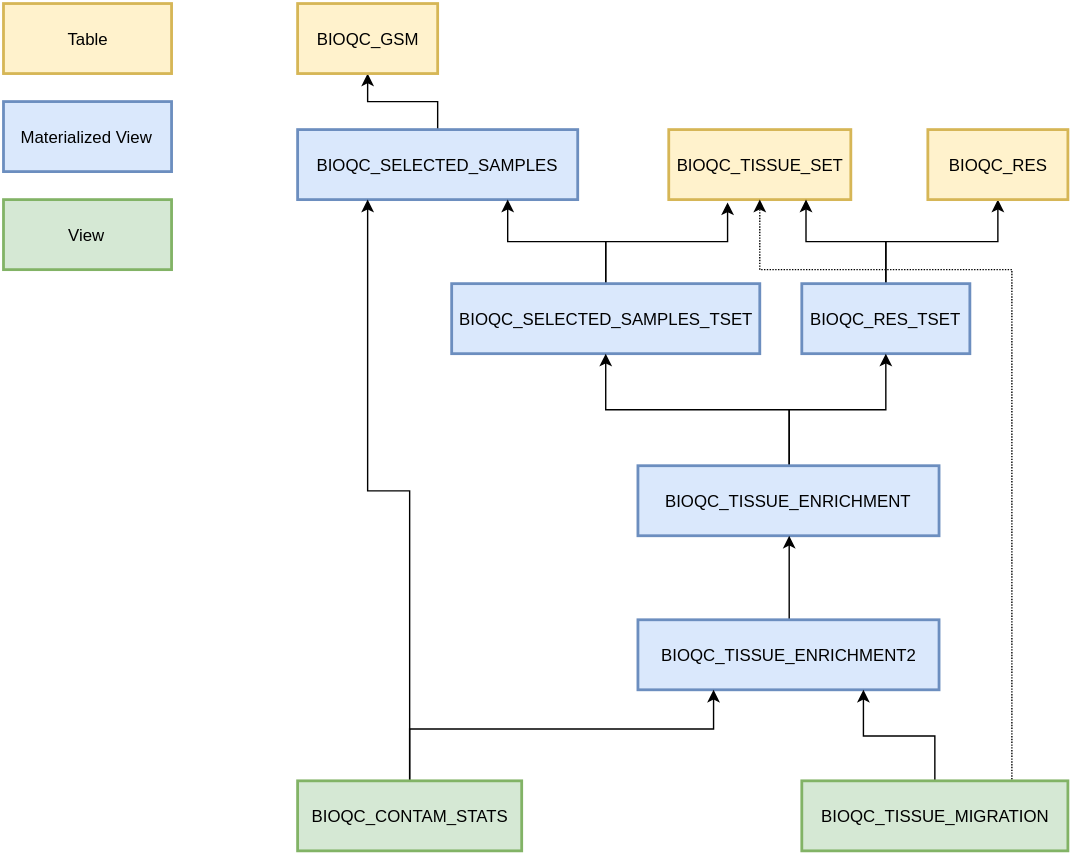
Above: db/design/contamination-views.svg in grst/BioQC_GEO_analysis (draw.io), before the change. Source tidied: cells renumbered, new cells last; positions are measured from the earlier drawing's top-left corner, leaving out a move shared by most shapes.
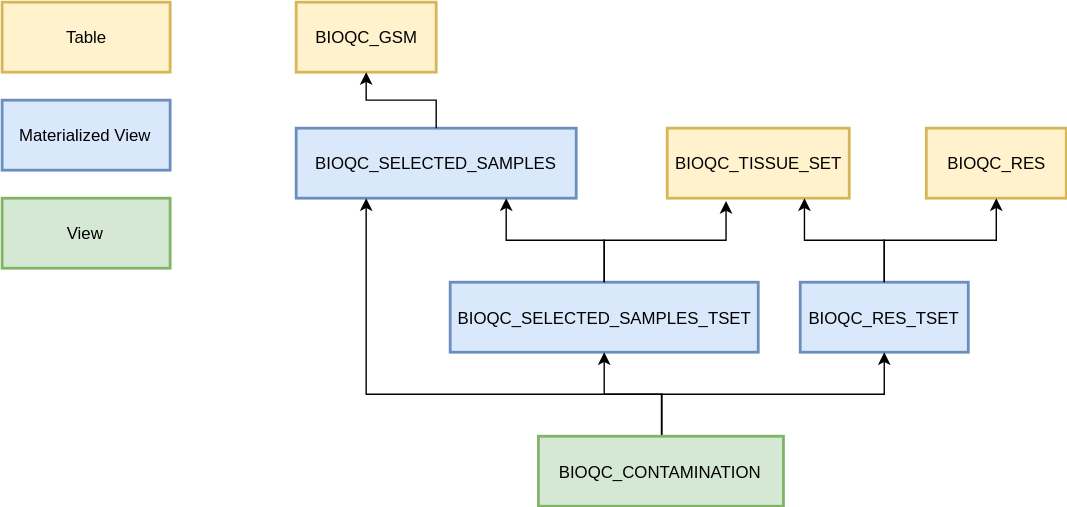
Later version of the same file.

Diff of the diagram source:
```diff
@@ -11,86 +11,63 @@
     <mxCell id="4" value="View" style="strokeWidth=2;whiteSpace=wrap;html=1;align=center;strokeColor=#82b366;fillColor=#d5e8d4;" parent="1" vertex="1">
       <mxGeometry y="140" width="120" height="50" as="geometry" />
     </mxCell>
-    <mxCell id="5" style="edgeStyle=orthogonalEdgeStyle;rounded=0;html=1;exitX=0.5;exitY=0;jettySize=auto;" parent="1" edge="1" source="6" target="7">
-      <mxGeometry relative="1" as="geometry" />
-    </mxCell>
     <mxCell id="6" value="BIOQC_SELECTED_SAMPLES" style="strokeWidth=2;whiteSpace=wrap;html=1;align=center;strokeColor=#6c8ebf;fillColor=#dae8fc;" parent="1" vertex="1">
       <mxGeometry x="210" y="90" width="200" height="50" as="geometry" />
     </mxCell>
     <mxCell id="7" value="BIOQC_GSM" style="strokeWidth=2;whiteSpace=wrap;html=1;align=center;strokeColor=#d6b656;fillColor=#fff2cc;" parent="1" vertex="1">
       <mxGeometry x="210" width="100" height="50" as="geometry" />
     </mxCell>
-    <mxCell id="8" style="edgeStyle=orthogonalEdgeStyle;rounded=0;html=1;exitX=0.5;exitY=0;jettySize=auto;entryX=0.323;entryY=1.04;entryPerimeter=0;" parent="1" edge="1" source="10" target="11">
-      <mxGeometry relative="1" as="geometry">
-        <Array as="points">
-          <mxPoint x="430" y="170" />
-          <mxPoint x="517" y="170" />
-        </Array>
-      </mxGeometry>
-    </mxCell>
-    <mxCell id="9" style="edgeStyle=orthogonalEdgeStyle;rounded=0;html=1;exitX=0.5;exitY=0;entryX=0.75;entryY=1;jettySize=auto;" parent="1" edge="1" source="10" target="6">
-      <mxGeometry relative="1" as="geometry" />
-    </mxCell>
+    <mxCell id="5" style="edgeStyle=orthogonalEdgeStyle;rounded=0;html=1;exitX=0.5;exitY=0;jettySize=auto;" parent="1" edge="1" source="6" target="7">
+      <mxGeometry relative="1" as="geometry" />
+    </mxCell>
     <mxCell id="10" value="BIOQC_SELECTED_SAMPLES_TSET" style="strokeWidth=2;whiteSpace=wrap;html=1;align=center;strokeColor=#6c8ebf;fillColor=#dae8fc;" parent="1" vertex="1">
       <mxGeometry x="320" y="200" width="220" height="50" as="geometry" />
     </mxCell>
     <mxCell id="11" value="BIOQC_TISSUE_SET" style="strokeWidth=2;whiteSpace=wrap;html=1;align=center;strokeColor=#d6b656;fillColor=#fff2cc;" parent="1" vertex="1">
       <mxGeometry x="475" y="90" width="130" height="50" as="geometry" />
     </mxCell>
+    <mxCell id="8" style="edgeStyle=orthogonalEdgeStyle;rounded=0;html=1;exitX=0.5;exitY=0;jettySize=auto;entryX=0.323;entryY=1.04;entryPerimeter=0;" parent="1" edge="1" source="10" target="11">
+      <mxGeometry relative="1" as="geometry">
+        <Array as="points">
+          <mxPoint x="430" y="170" />
+          <mxPoint x="517" y="170" />
+        </Array>
+      </mxGeometry>
+    </mxCell>
+    <mxCell id="14" value="BIOQC_RES_TSET" style="strokeWidth=2;whiteSpace=wrap;html=1;align=center;strokeColor=#6c8ebf;fillColor=#dae8fc;" parent="1" vertex="1">
+      <mxGeometry x="570" y="200" width="120" height="50" as="geometry" />
+    </mxCell>
+    <mxCell id="15" value="BIOQC_RES" style="strokeWidth=2;whiteSpace=wrap;html=1;align=center;strokeColor=#d6b656;fillColor=#fff2cc;" parent="1" vertex="1">
+      <mxGeometry x="660" y="90" width="100" height="50" as="geometry" />
+    </mxCell>
     <mxCell id="12" style="edgeStyle=orthogonalEdgeStyle;rounded=0;html=1;exitX=0.5;exitY=0;jettySize=auto;" parent="1" edge="1" source="14" target="15">
       <mxGeometry relative="1" as="geometry" />
     </mxCell>
     <mxCell id="13" style="edgeStyle=orthogonalEdgeStyle;rounded=0;html=1;exitX=0.5;exitY=0;entryX=0.75;entryY=1;jettySize=auto;" parent="1" edge="1" source="14" target="11">
       <mxGeometry relative="1" as="geometry" />
     </mxCell>
-    <mxCell id="14" value="BIOQC_RES_TSET" style="strokeWidth=2;whiteSpace=wrap;html=1;align=center;strokeColor=#6c8ebf;fillColor=#dae8fc;" parent="1" vertex="1">
-      <mxGeometry x="570" y="200" width="120" height="50" as="geometry" />
-    </mxCell>
-    <mxCell id="15" value="BIOQC_RES" style="strokeWidth=2;whiteSpace=wrap;html=1;align=center;strokeColor=#d6b656;fillColor=#fff2cc;" parent="1" vertex="1">
-      <mxGeometry x="660" y="90" width="100" height="50" as="geometry" />
-    </mxCell>
-    <mxCell id="16" style="edgeStyle=orthogonalEdgeStyle;rounded=0;html=1;exitX=0.5;exitY=0;entryX=0.5;entryY=1;jettySize=auto;" parent="1" edge="1" source="18" target="14">
-      <mxGeometry relative="1" as="geometry" />
-    </mxCell>
-    <mxCell id="17" style="edgeStyle=orthogonalEdgeStyle;rounded=0;html=1;exitX=0.5;exitY=0;entryX=0.5;entryY=1;jettySize=auto;" parent="1" edge="1" source="18" target="10">
-      <mxGeometry relative="1" as="geometry" />
-    </mxCell>
-    <mxCell id="18" value="BIOQC_TISSUE_ENRICHMENT" style="strokeWidth=2;whiteSpace=wrap;html=1;align=center;strokeColor=#6c8ebf;fillColor=#dae8fc;" parent="1" vertex="1">
-      <mxGeometry x="453" y="330" width="215" height="50" as="geometry" />
-    </mxCell>
-    <mxCell id="19" style="edgeStyle=orthogonalEdgeStyle;rounded=0;html=1;exitX=0.5;exitY=0;entryX=0.5;entryY=1;jettySize=auto;" parent="1" edge="1" source="20" target="18">
-      <mxGeometry relative="1" as="geometry" />
-    </mxCell>
-    <mxCell id="20" value="BIOQC_TISSUE_ENRICHMENT2" style="strokeWidth=2;whiteSpace=wrap;html=1;align=center;strokeColor=#6c8ebf;fillColor=#dae8fc;" parent="1" vertex="1">
-      <mxGeometry x="453" y="440" width="215" height="50" as="geometry" />
-    </mxCell>
-    <mxCell id="21" style="edgeStyle=orthogonalEdgeStyle;rounded=0;html=1;exitX=0.5;exitY=0;jettySize=auto;entryX=0.25;entryY=1;" parent="1" edge="1" source="23" target="20">
-      <mxGeometry relative="1" as="geometry">
-        <Array as="points">
-          <mxPoint x="290" y="518" />
-          <mxPoint x="507" y="518" />
-        </Array>
-      </mxGeometry>
-    </mxCell>
-    <mxCell id="22" style="edgeStyle=orthogonalEdgeStyle;rounded=0;html=1;exitX=0.5;exitY=0;entryX=0.25;entryY=1;jettySize=auto;" parent="1" edge="1" source="23" target="6">
-      <mxGeometry relative="1" as="geometry" />
-    </mxCell>
-    <mxCell id="23" value="BIOQC_CONTAM_STATS" style="strokeWidth=2;whiteSpace=wrap;html=1;align=center;strokeColor=#82b366;fillColor=#d5e8d4;" parent="1" vertex="1">
-      <mxGeometry x="210" y="555" width="160" height="50" as="geometry" />
-    </mxCell>
-    <mxCell id="24" style="edgeStyle=orthogonalEdgeStyle;rounded=0;html=1;exitX=0.5;exitY=0;entryX=0.75;entryY=1;jettySize=auto;" parent="1" edge="1" source="26" target="20">
-      <mxGeometry relative="1" as="geometry" />
-    </mxCell>
-    <mxCell id="25" style="edgeStyle=orthogonalEdgeStyle;rounded=0;html=1;exitX=0.75;exitY=0;entryX=0.5;entryY=1;jettySize=auto;dashed=1;dashPattern=1 1;" parent="1" edge="1" source="26" target="11">
-      <mxGeometry relative="1" as="geometry">
-        <Array as="points">
-          <mxPoint x="720" y="190" />
-          <mxPoint x="540" y="190" />
-        </Array>
-      </mxGeometry>
-    </mxCell>
-    <mxCell id="26" value="BIOQC_TISSUE_MIGRATION" style="strokeWidth=2;whiteSpace=wrap;html=1;align=center;strokeColor=#82b366;fillColor=#d5e8d4;" parent="1" vertex="1">
-      <mxGeometry x="570" y="555" width="190" height="50" as="geometry" />
-    </mxCell>
+    <mxCell id="9" style="edgeStyle=orthogonalEdgeStyle;rounded=0;html=1;exitX=0.5;exitY=0;entryX=0.75;entryY=1;jettySize=auto;" parent="1" edge="1" source="10" target="6">
+      <mxGeometry relative="1" as="geometry" />
+    </mxCell>
+    <mxCell id="27" style="edgeStyle=orthogonalEdgeStyle;rounded=0;html=1;exitX=0.5;exitY=0;entryX=0.25;entryY=1;jettySize=auto;" parent="1" edge="1" source="30" target="6">
+      <mxGeometry relative="1" as="geometry">
+        <Array as="points">
+          <mxPoint x="471" y="280" />
+          <mxPoint x="260" y="280" />
+        </Array>
+      </mxGeometry>
+    </mxCell>
+    <mxCell id="28" style="edgeStyle=orthogonalEdgeStyle;rounded=0;html=1;exitX=0.5;exitY=0;jettySize=auto;" parent="1" edge="1" source="30" target="10">
+      <mxGeometry relative="1" as="geometry" />
+    </mxCell>
+    <mxCell id="29" style="edgeStyle=orthogonalEdgeStyle;rounded=0;html=1;exitX=0.5;exitY=0;entryX=0.5;entryY=1;jettySize=auto;" parent="1" edge="1" source="30" target="14">
+      <mxGeometry relative="1" as="geometry" />
+    </mxCell>
+    <mxCell id="30" value="BIOQC_CONTAMINATION" style="strokeWidth=2;whiteSpace=wrap;html=1;align=center;strokeColor=#82b366;fillColor=#d5e8d4;" parent="1" vertex="1">
+      <mxGeometry x="383" y="310" width="175" height="50" as="geometry" />
+    </mxCell>
+    <mxCell id="31" style="edgeStyle=orthogonalEdgeStyle;rounded=0;html=1;exitX=0.5;exitY=0;entryX=0.5;entryY=0;jettySize=auto;orthogonalLoop=1;" parent="1" edge="1" source="30" target="30">
+      <mxGeometry relative="1" as="geometry" />
+    </mxCell>
   </root>
 </mxGraphModel>
```
